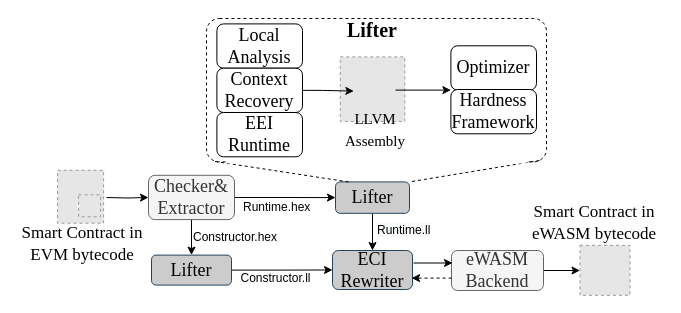
Kenun99/drawio.repo keeps this draw.io diagram as page "Copy of overlook" (2 of 15) of Untitled Diagram.drawio. Above is the earlier version. Source tidied: cells renumbered, new cells numbered last; positions are measured from the earlier drawing's top-left corner, leaving out a move shared by most shapes. Both pictures are drawn from the tidied source at 100%, with x=0, y=0 at pixel (17, 18). Pictures stored in the file or linked from it are replaced by grey dashed boxes.
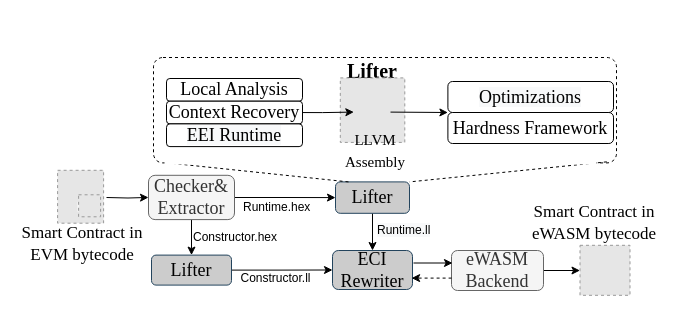
Above is the later version.

Change to the diagram source:
```diff
@@
     <mxCell id="4" style="rounded=1;whiteSpace=wrap;html=1;dashed=1;fontFamily=Times New Roman;fontSize=18;strokeWidth=1;fillColor=none;shadow=0;arcSize=9;" parent="1" vertex="1">
-      <mxGeometry x="189" width="340" height="143.4" as="geometry" />
+      <mxGeometry x="136" y="39" width="463" height="105.4" as="geometry" />
     </mxCell>
@@
     <mxCell id="13" value="&lt;font style=&quot;font-size: 20px&quot;&gt;Lifter&lt;/font&gt;" style="text;html=1;align=center;verticalAlign=middle;whiteSpace=wrap;rounded=0;dashed=1;fontFamily=Times New Roman;fontSize=18;fontStyle=1;" parent="1" vertex="1">
-      <mxGeometry x="325" y="3" width="60" height="17" as="geometry" />
+      <mxGeometry x="325" y="44" width="60" height="17" as="geometry" />
     </mxCell>
     <mxCell id="14" style="fillColor=#E6E6E6;strokeColor=#999999;dashed=1;verticalLabelPosition=bottom;labelBackgroundColor=default;verticalAlign=top;" parent="1" vertex="1">
-      <mxGeometry x="322.8" y="38.4" width="64.5" height="64.5" as="geometry" />
+      <mxGeometry x="322.8" y="59.4" width="64.5" height="64.5" as="geometry" />
     </mxCell>
@@
-    <mxCell id="26" value="Optimizer" style="rounded=1;whiteSpace=wrap;html=1;fontFamily=Times New Roman;fontSize=18;" parent="1" vertex="1">
-      <mxGeometry x="433.4" y="27.3" width="85.6" height="44.3" as="geometry" />
-    </mxCell>
     <mxCell id="27" value="Hardness Framework" style="rounded=1;whiteSpace=wrap;html=1;fontFamily=Times New Roman;fontSize=18;" parent="1" vertex="1">
-      <mxGeometry x="433.4" y="71" width="85.6" height="44.3" as="geometry" />
+      <mxGeometry x="430.4" y="94" width="165.6" height="31" as="geometry" />
     </mxCell>
-    <mxCell id="28" value="&lt;span style=&quot;font-size: 15px&quot;&gt;&lt;font color=&quot;#000000&quot; style=&quot;font-size: 15px&quot;&gt;LLVM &lt;br&gt;Assembly&lt;/font&gt;&lt;/span&gt;" style="text;html=1;align=center;verticalAlign=middle;whiteSpace=wrap;rounded=0;labelBackgroundColor=none;fontFamily=Times New Roman;fontSize=18;" parent="1" vertex="1">
-      <mxGeometry x="318.4" y="94" width="79.8" height="33.6" as="geometry" />
-    </mxCell>
     <mxCell id="29" style="rounded=0;whiteSpace=wrap;html=1;shadow=0;dashed=1;fontSize=17;strokeColor=none;" parent="1" vertex="1">
-      <mxGeometry x="210" y="135" width="299" height="10" as="geometry" />
+      <mxGeometry x="147" y="134" width="432" height="12" as="geometry" />
     </mxCell>
     <mxCell id="30" value="Local Analysis" style="rounded=1;whiteSpace=wrap;html=1;fontFamily=Times New Roman;fontSize=18;" parent="1" vertex="1">
-      <mxGeometry x="199.4" y="5.4" width="85.6" height="44.3" as="geometry" />
+      <mxGeometry x="149" y="60" width="136" height="22.7" as="geometry" />
     </mxCell>
-    <mxCell id="31" style="edgeStyle=orthogonalEdgeStyle;rounded=0;jettySize=auto;html=1;entryX=0.21;entryY=0.53;entryDx=0;entryDy=0;entryPerimeter=0;fontFamily=Helvetica;fontSize=16;fontColor=#000000;exitX=1;exitY=0.5;exitDx=0;exitDy=0;" parent="1" edge="1" source="32" target="14">
-      <mxGeometry relative="1" as="geometry" />
-    </mxCell>
-    <mxCell id="32" value="Context Recovery" style="rounded=1;whiteSpace=wrap;html=1;fontFamily=Times New Roman;fontSize=18;" parent="1" vertex="1">
-      <mxGeometry x="199.4" y="49.7" width="85.6" height="44.3" as="geometry" />
-    </mxCell>
-    <mxCell id="33" value="EEI Runtime" style="rounded=1;whiteSpace=wrap;html=1;fontFamily=Times New Roman;fontSize=18;" parent="1" vertex="1">
-      <mxGeometry x="199.4" y="94" width="85.6" height="44.3" as="geometry" />
-    </mxCell>
@@
-    <mxCell id="41" style="endArrow=classic;html=1;rounded=0;fontSize=17;exitX=0.78;exitY=0.53;exitDx=0;exitDy=0;exitPerimeter=0;entryX=0;entryY=1;entryDx=0;entryDy=0;" parent="1" edge="1" target="26">
+    <mxCell id="41" style="endArrow=classic;html=1;rounded=0;fontSize=17;exitX=0.78;exitY=0.53;exitDx=0;exitDy=0;exitPerimeter=0;entryX=0;entryY=1;entryDx=0;entryDy=0;" parent="1" edge="1" target="43">
       <mxGeometry relative="1" as="geometry">
-        <mxPoint x="378" y="71.6" as="sourcePoint" />
+        <mxPoint x="373" y="93.6" as="sourcePoint" />
       </mxGeometry>
     </mxCell>
@@
+    <mxCell id="31" style="edgeStyle=orthogonalEdgeStyle;rounded=0;jettySize=auto;html=1;exitX=1;exitY=0.5;exitDx=0;exitDy=0;entryX=0.21;entryY=0.53;entryDx=0;entryDy=0;entryPerimeter=0;" parent="1" edge="1" source="32" target="14">
+      <mxGeometry relative="1" as="geometry" />
+    </mxCell>
+    <mxCell id="32" value="Context Recovery" style="rounded=1;whiteSpace=wrap;html=1;fontFamily=Times New Roman;fontSize=18;" parent="1" vertex="1">
+      <mxGeometry x="149" y="82.7" width="136" height="22.7" as="geometry" />
+    </mxCell>
+    <mxCell id="33" value="&lt;span style=&quot;color: rgb(0, 0, 0); font-family: &amp;quot;times new roman&amp;quot;; font-size: 18px; font-style: normal; font-weight: 400; letter-spacing: normal; text-align: center; text-indent: 0px; text-transform: none; word-spacing: 0px; background-color: rgb(248, 249, 250); display: inline; float: none;&quot;&gt;EEI Runtime&lt;/span&gt;" style="rounded=1;whiteSpace=wrap;html=1;fontFamily=Times New Roman;fontSize=18;" parent="1" vertex="1">
+      <mxGeometry x="149" y="105.4" width="136" height="22.7" as="geometry" />
+    </mxCell>
+    <mxCell id="28" value="&lt;span style=&quot;font-size: 15px&quot;&gt;&lt;font color=&quot;#000000&quot; style=&quot;font-size: 15px&quot;&gt;LLVM &lt;br&gt;Assembly&lt;/font&gt;&lt;/span&gt;" style="text;html=1;align=center;verticalAlign=middle;whiteSpace=wrap;rounded=0;labelBackgroundColor=none;fontFamily=Times New Roman;fontSize=18;" parent="1" vertex="1">
+      <mxGeometry x="318.4" y="115" width="79.8" height="33.6" as="geometry" />
+    </mxCell>
+    <mxCell id="43" value="&lt;span style=&quot;color: rgb(0, 0, 0); font-family: &amp;quot;times new roman&amp;quot;; font-size: 18px; font-style: normal; font-weight: 400; letter-spacing: normal; text-align: center; text-indent: 0px; text-transform: none; word-spacing: 0px; background-color: rgb(248, 249, 250); display: inline; float: none;&quot;&gt;Optimizations&lt;/span&gt;" style="rounded=1;whiteSpace=wrap;html=1;fontFamily=Times New Roman;fontSize=18;" parent="1" vertex="1">
+      <mxGeometry x="430.4" y="63" width="165.6" height="31" as="geometry" />
+    </mxCell>
```
